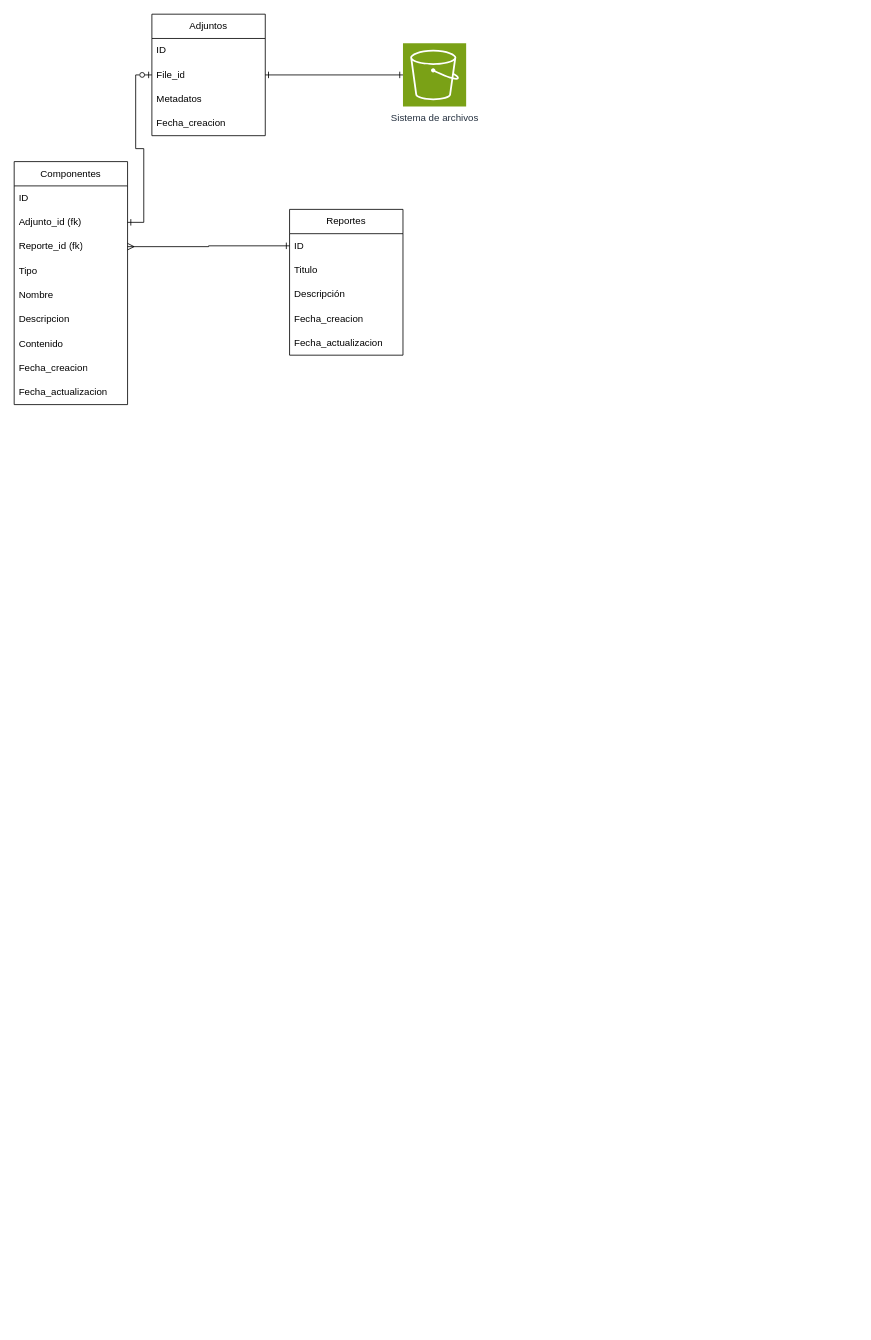
This is BD_reportes.drawio from Ever-417/diagramas, a draw.io file, before an edit. Source tidied: cells renumbered, new cells numbered last; positions are measured from the earlier drawing's top-left corner, leaving out a move shared by most shapes. Both pictures are drawn from the tidied source at 81%, with x=0, y=0 at pixel (14, 14).
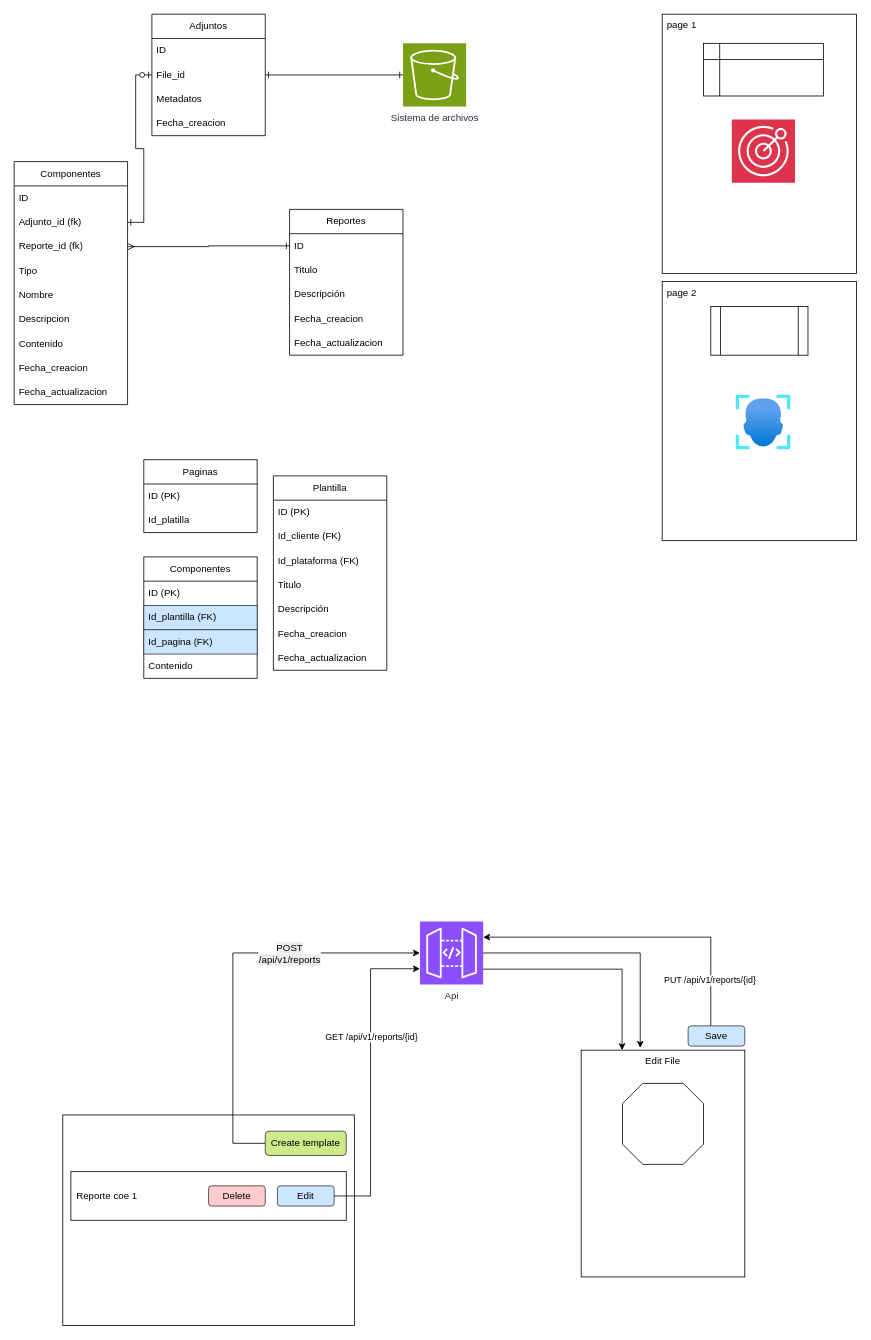
Above is the later version.

Diff of the diagram source:
```diff
@@
+    <mxCell id="27" style="rounded=0;whiteSpace=wrap;html=1;" parent="1" vertex="1">
+      <mxGeometry x="60" y="1359" width="360" height="260" as="geometry" />
+    </mxCell>
+    <mxCell id="28" style="edgeStyle=orthogonalEdgeStyle;rounded=0;jettySize=auto;html=1;entryX=0;entryY=0.5;entryDx=0;entryDy=0;entryPerimeter=0;" parent="1" edge="1" source="30" target="41">
+      <mxGeometry relative="1" as="geometry">
+        <Array as="points">
+          <mxPoint x="270" y="1394" />
+          <mxPoint x="270" y="1159" />
+        </Array>
+      </mxGeometry>
+    </mxCell>
+    <mxCell id="29" value="&lt;span style=&quot;font-size: 12px; text-align: left; text-wrap-mode: wrap; background-color: rgb(236, 236, 236);&quot;&gt;POST /api/v1/reports&lt;/span&gt;" style="edgeLabel;html=1;align=center;verticalAlign=middle;" parent="28" vertex="1">
+      <mxGeometry x="0.23" y="-1" relative="1" as="geometry">
+        <mxPoint x="33" y="-1" as="offset" />
+      </mxGeometry>
+    </mxCell>
+    <mxCell id="30" value="Create template" style="rounded=1;whiteSpace=wrap;html=1;fillColor=#cdeb8b;strokeColor=#36393d;" parent="1" vertex="1">
+      <mxGeometry x="310" y="1379" width="100" height="30" as="geometry" />
+    </mxCell>
+    <mxCell id="31" value="Reporte coe 1" style="rounded=0;whiteSpace=wrap;html=1;align=left;spacingRight=0;spacingLeft=5;" parent="1" vertex="1">
+      <mxGeometry x="70" y="1429" width="340" height="60" as="geometry" />
+    </mxCell>
+    <mxCell id="32" style="edgeStyle=orthogonalEdgeStyle;rounded=0;jettySize=auto;html=1;entryX=0;entryY=0.75;entryDx=0;entryDy=0;entryPerimeter=0;" parent="1" edge="1" source="35" target="41">
+      <mxGeometry relative="1" as="geometry">
+        <Array as="points">
+          <mxPoint x="440" y="1459" />
+          <mxPoint x="440" y="1179" />
+        </Array>
+      </mxGeometry>
+    </mxCell>
+    <mxCell id="33" style="edgeLabel;html=1;align=center;verticalAlign=middle;" parent="32" vertex="1">
+      <mxGeometry x="0.26" y="-1" relative="1" as="geometry" />
+    </mxCell>
+    <mxCell id="34" value="GET /api/v1/reports/{id}" style="edgeLabel;html=1;align=center;verticalAlign=middle;" parent="32" vertex="1">
+      <mxGeometry x="0.25" relative="1" as="geometry" />
+    </mxCell>
+    <mxCell id="35" value="Edit" style="rounded=1;whiteSpace=wrap;html=1;fillColor=#cce5ff;strokeColor=#36393d;" parent="1" vertex="1">
+      <mxGeometry x="325" y="1446.5" width="70" height="25" as="geometry" />
+    </mxCell>
+    <mxCell id="36" value="Delete" style="rounded=1;whiteSpace=wrap;html=1;fillColor=#ffcccc;strokeColor=#36393d;" parent="1" vertex="1">
+      <mxGeometry x="240" y="1446.5" width="70" height="25" as="geometry" />
+    </mxCell>
+    <mxCell id="37" value="Edit File" style="whiteSpace=wrap;html=1;verticalAlign=top;" parent="1" vertex="1">
+      <mxGeometry x="700" y="1279" width="202" height="280" as="geometry" />
+    </mxCell>
+    <mxCell id="38" style="verticalLabelPosition=bottom;verticalAlign=top;html=1;shape=mxgraph.basic.polygon;polyCoords=[[0.25,0],[0.75,0],[1,0.25],[1,0.75],[0.75,1],[0.25,1],[0,0.75],[0,0.25]];polyline=0;" parent="1" vertex="1">
+      <mxGeometry x="751" y="1320" width="100" height="100" as="geometry" />
+    </mxCell>
+    <mxCell id="39" value="Save" style="rounded=1;whiteSpace=wrap;html=1;fillColor=#cce5ff;strokeColor=#36393d;" parent="1" vertex="1">
+      <mxGeometry x="832" y="1249" width="70" height="25" as="geometry" />
+    </mxCell>
+    <mxCell id="40" style="edgeStyle=orthogonalEdgeStyle;rounded=0;jettySize=auto;html=1;entryX=0.25;entryY=0;entryDx=0;entryDy=0;" parent="1" edge="1" source="41" target="37">
+      <mxGeometry relative="1" as="geometry">
+        <Array as="points">
+          <mxPoint x="751" y="1179" />
+        </Array>
+      </mxGeometry>
+    </mxCell>
+    <mxCell id="41" value="Api" style="sketch=0;points=[[0,0,0],[0.25,0,0],[0.5,0,0],[0.75,0,0],[1,0,0],[0,1,0],[0.25,1,0],[0.5,1,0],[0.75,1,0],[1,1,0],[0,0.25,0],[0,0.5,0],[0,0.75,0],[1,0.25,0],[1,0.5,0],[1,0.75,0]];outlineConnect=0;fontColor=#232F3E;fillColor=#8C4FFF;strokeColor=#ffffff;dashed=0;verticalLabelPosition=bottom;verticalAlign=top;align=center;html=1;fontSize=12;fontStyle=0;shape=mxgraph.aws4.resourceIcon;resIcon=mxgraph.aws4.api_gateway;" parent="1" vertex="1">
+      <mxGeometry x="501" y="1120" width="78" height="78" as="geometry" />
+    </mxCell>
+    <mxCell id="42" style="edgeStyle=orthogonalEdgeStyle;rounded=0;jettySize=auto;html=1;entryX=0.361;entryY=-0.01;entryDx=0;entryDy=0;entryPerimeter=0;" parent="1" edge="1" source="41" target="37">
+      <mxGeometry relative="1" as="geometry" />
+    </mxCell>
+    <mxCell id="43" style="edgeStyle=orthogonalEdgeStyle;rounded=0;jettySize=auto;html=1;entryX=1;entryY=0.25;entryDx=0;entryDy=0;entryPerimeter=0;" parent="1" edge="1" source="39" target="41">
+      <mxGeometry relative="1" as="geometry">
+        <Array as="points">
+          <mxPoint x="860" y="1140" />
+        </Array>
+      </mxGeometry>
+    </mxCell>
+    <mxCell id="44" value="PUT /api/v1/reports/{id}" style="edgeLabel;html=1;align=center;verticalAlign=middle;" parent="43" vertex="1">
+      <mxGeometry x="-0.71" y="2" relative="1" as="geometry" />
+    </mxCell>
+    <mxCell id="45" value="page 1" style="whiteSpace=wrap;html=1;verticalAlign=top;align=left;spacingLeft=4;" parent="1" vertex="1">
+      <mxGeometry x="800" width="240" height="320" as="geometry" />
+    </mxCell>
+    <mxCell id="46" value="page 2" style="whiteSpace=wrap;html=1;verticalAlign=top;align=left;spacingLeft=4;" parent="1" vertex="1">
+      <mxGeometry x="800" y="330" width="240" height="320" as="geometry" />
+    </mxCell>
+    <mxCell id="47" style="shape=internalStorage;whiteSpace=wrap;html=1;backgroundOutline=1;" parent="1" vertex="1">
+      <mxGeometry x="851" y="36" width="148" height="65" as="geometry" />
+    </mxCell>
+    <mxCell id="48" style="sketch=0;fontColor=#232F3E;fillColor=#DD344C;strokeColor=#ffffff;dashed=0;verticalLabelPosition=bottom;verticalAlign=top;align=center;html=1;fontSize=12;fontStyle=0;shape=mxgraph.aws4.resourceIcon;resIcon=mxgraph.aws4.pinpoint;" parent="1" vertex="1">
+      <mxGeometry x="886" y="130" width="78" height="78" as="geometry" />
+    </mxCell>
+    <mxCell id="49" style="shape=process;whiteSpace=wrap;html=1;backgroundOutline=1;" parent="1" vertex="1">
+      <mxGeometry x="860" y="361" width="120" height="60" as="geometry" />
+    </mxCell>
+    <mxCell id="50" style="image;html=1;align=center;fontSize=12;image=img/lib/azure2/ai_machine_learning/Face_APIs.svg;" parent="1" vertex="1">
+      <mxGeometry x="891" y="470" width="68" height="68" as="geometry" />
+    </mxCell>
+    <mxCell id="51" value="Componentes" style="swimlane;fontStyle=0;horizontal=1;startSize=30;whiteSpace=wrap;html=1;" parent="1" vertex="1">
+      <mxGeometry x="160" y="670" width="140" height="150" as="geometry" />
+    </mxCell>
+    <mxCell id="52" value="ID (PK)" style="text;strokeColor=none;fillColor=none;align=left;verticalAlign=middle;spacingLeft=4;spacingRight=4;overflow=hidden;whiteSpace=wrap;html=1;" parent="51" vertex="1">
+      <mxGeometry y="30" width="140" height="30" as="geometry" />
+    </mxCell>
+    <mxCell id="53" value="Id_plantilla (FK)" style="text;strokeColor=#36393d;fillColor=#cce5ff;align=left;verticalAlign=middle;spacingLeft=4;spacingRight=4;overflow=hidden;whiteSpace=wrap;html=1;" parent="51" vertex="1">
+      <mxGeometry y="60" width="140" height="30" as="geometry" />
+    </mxCell>
+    <mxCell id="54" value="Id_pagina (FK)" style="text;strokeColor=#36393d;fillColor=#cce5ff;align=left;verticalAlign=middle;spacingLeft=4;spacingRight=4;overflow=hidden;whiteSpace=wrap;html=1;" parent="51" vertex="1">
+      <mxGeometry y="90" width="140" height="30" as="geometry" />
+    </mxCell>
+    <mxCell id="55" value="Contenido" style="text;strokeColor=none;fillColor=none;align=left;verticalAlign=middle;spacingLeft=4;spacingRight=4;overflow=hidden;whiteSpace=wrap;html=1;" parent="51" vertex="1">
+      <mxGeometry y="120" width="140" height="30" as="geometry" />
+    </mxCell>
+    <mxCell id="56" value="Plantilla" style="swimlane;fontStyle=0;horizontal=1;startSize=30;whiteSpace=wrap;html=1;" parent="1" vertex="1">
+      <mxGeometry x="320" y="570" width="140" height="240" as="geometry" />
+    </mxCell>
+    <mxCell id="57" value="ID (PK)" style="text;strokeColor=none;fillColor=none;align=left;verticalAlign=middle;spacingLeft=4;spacingRight=4;overflow=hidden;whiteSpace=wrap;html=1;" parent="56" vertex="1">
+      <mxGeometry y="30" width="140" height="30" as="geometry" />
+    </mxCell>
+    <mxCell id="58" value="Id_cliente (FK)" style="text;strokeColor=none;fillColor=none;align=left;verticalAlign=middle;spacingLeft=4;spacingRight=4;overflow=hidden;whiteSpace=wrap;html=1;" parent="56" vertex="1">
+      <mxGeometry y="60" width="140" height="30" as="geometry" />
+    </mxCell>
+    <mxCell id="59" value="Id_plataforma (FK)" style="text;strokeColor=none;fillColor=none;align=left;verticalAlign=middle;spacingLeft=4;spacingRight=4;overflow=hidden;whiteSpace=wrap;html=1;" parent="56" vertex="1">
+      <mxGeometry y="90" width="140" height="30" as="geometry" />
+    </mxCell>
+    <mxCell id="60" value="Titulo" style="text;strokeColor=none;fillColor=none;align=left;verticalAlign=middle;spacingLeft=4;spacingRight=4;overflow=hidden;whiteSpace=wrap;html=1;" parent="56" vertex="1">
+      <mxGeometry y="120" width="140" height="30" as="geometry" />
+    </mxCell>
+    <mxCell id="61" value="Descripción" style="text;strokeColor=none;fillColor=none;align=left;verticalAlign=middle;spacingLeft=4;spacingRight=4;overflow=hidden;whiteSpace=wrap;html=1;" parent="56" vertex="1">
+      <mxGeometry y="150" width="140" height="30" as="geometry" />
+    </mxCell>
+    <mxCell id="62" value="Fecha_creacion" style="text;strokeColor=none;fillColor=none;align=left;verticalAlign=middle;spacingLeft=4;spacingRight=4;overflow=hidden;whiteSpace=wrap;html=1;" parent="56" vertex="1">
+      <mxGeometry y="180" width="140" height="30" as="geometry" />
+    </mxCell>
+    <mxCell id="63" value="Fecha_actualizacion" style="text;strokeColor=none;fillColor=none;align=left;verticalAlign=middle;spacingLeft=4;spacingRight=4;overflow=hidden;whiteSpace=wrap;html=1;" parent="56" vertex="1">
+      <mxGeometry y="210" width="140" height="30" as="geometry" />
+    </mxCell>
+    <mxCell id="64" value="Paginas" style="swimlane;fontStyle=0;horizontal=1;startSize=30;whiteSpace=wrap;html=1;" parent="1" vertex="1">
+      <mxGeometry x="160" y="550" width="140" height="90" as="geometry" />
+    </mxCell>
+    <mxCell id="65" value="ID (PK)" style="text;strokeColor=none;fillColor=none;align=left;verticalAlign=middle;spacingLeft=4;spacingRight=4;overflow=hidden;whiteSpace=wrap;html=1;" parent="64" vertex="1">
+      <mxGeometry y="30" width="140" height="30" as="geometry" />
+    </mxCell>
+    <mxCell id="66" value="Id_platilla" style="text;strokeColor=none;fillColor=none;align=left;verticalAlign=middle;spacingLeft=4;spacingRight=4;overflow=hidden;whiteSpace=wrap;html=1;" parent="64" vertex="1">
+      <mxGeometry y="60" width="140" height="30" as="geometry" />
+    </mxCell>
```
